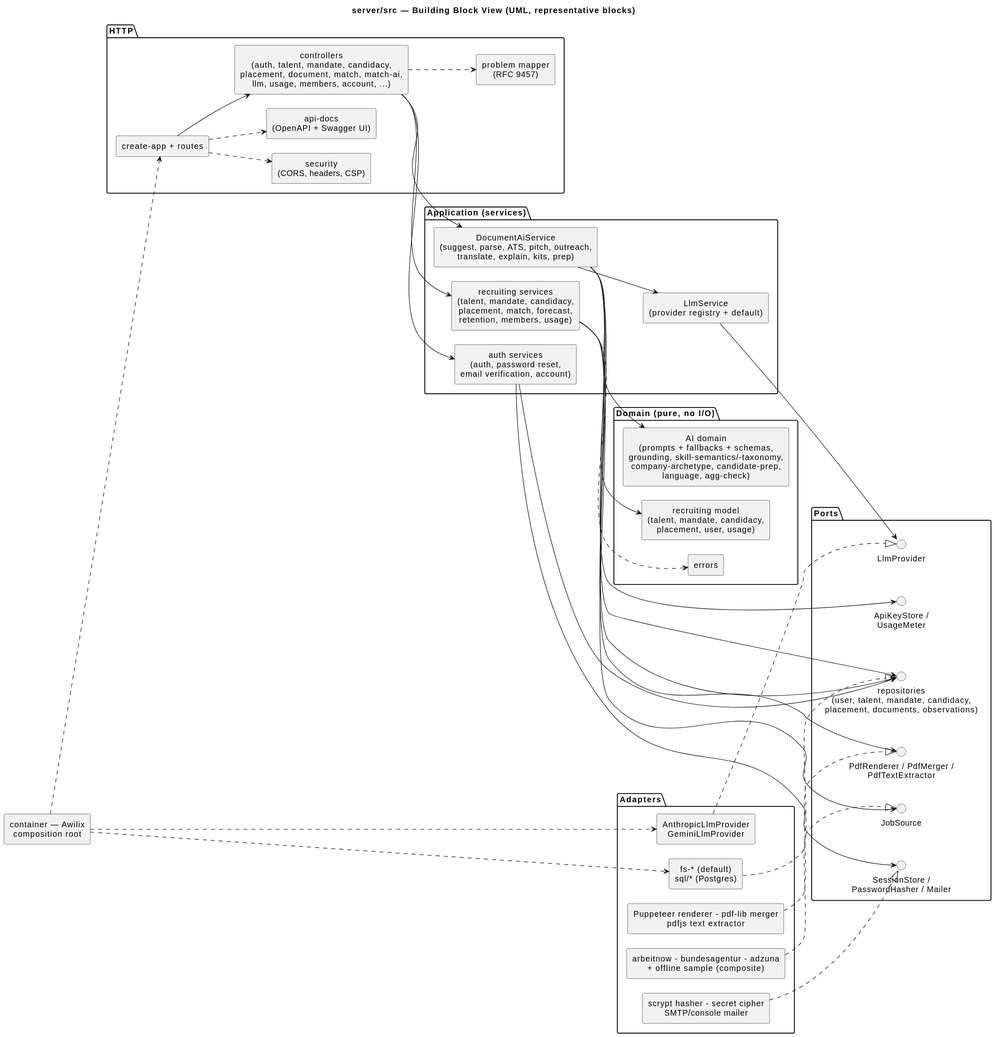
Above: docs/umls/05_building_blocks.svg in NexusHero/Resume (PlantUML), before the change. Its source is kept beside it as docs/umls/05_building_blocks.puml.
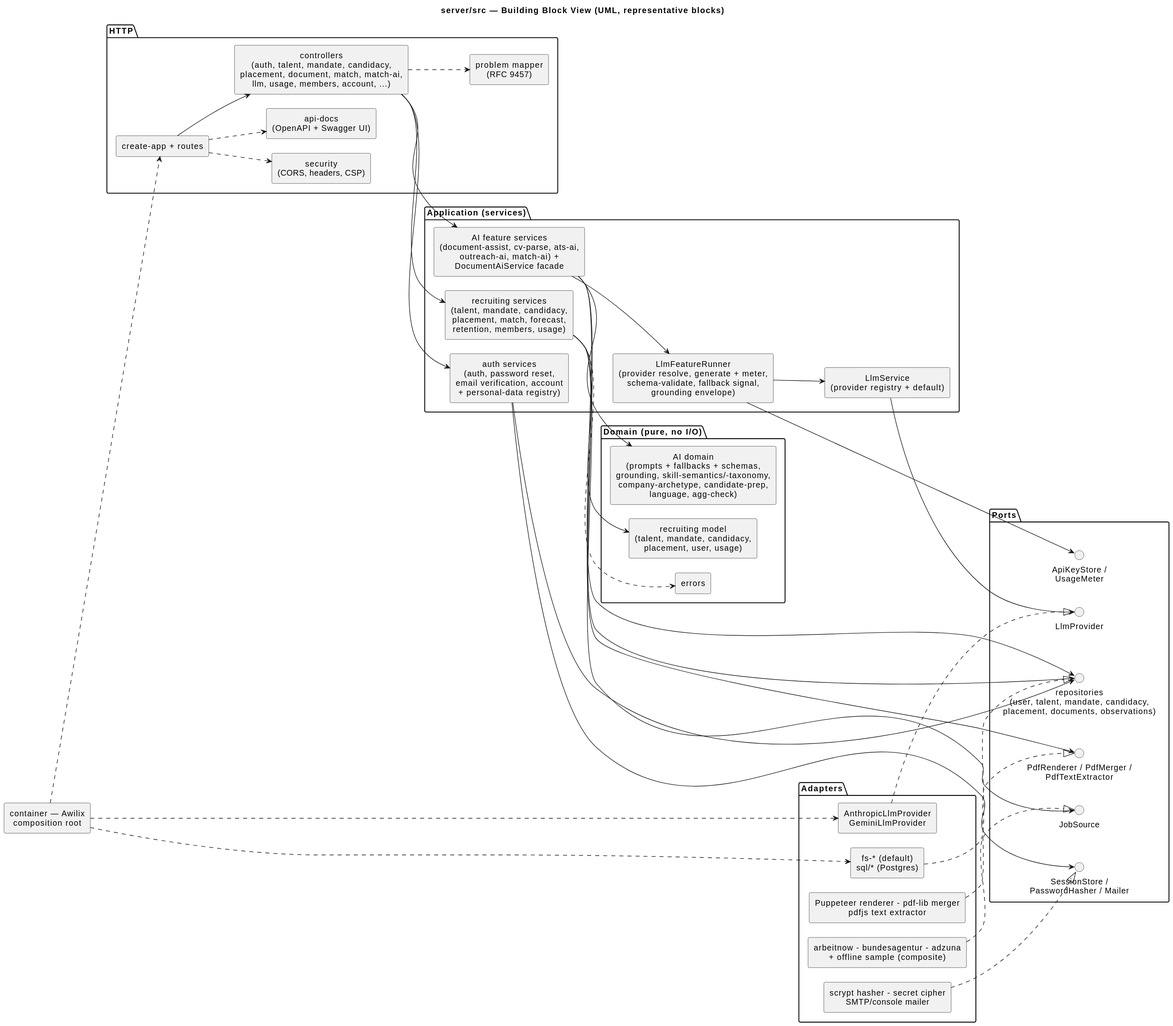
The same file after the commit.

Commit message:
docs(uml): update building blocks for runner split + add 5 sequence diagrams

What changed in the source:
```diff
@@ -17,9 +17,10 @@
 }
 
 package "Application (services)" {
-  [DocumentAiService\n(suggest, parse, ATS, pitch, outreach,\ntranslate, explain, kits, prep)] as AiSvc
+  [LlmFeatureRunner\n(provider resolve, generate + meter,\nschema-validate, fallback signal,\ngrounding envelope)] as Runner
+  [AI feature services\n(document-assist, cv-parse, ats-ai,\noutreach-ai, match-ai) +\nDocumentAiService facade] as AiSvc
   [recruiting services\n(talent, mandate, candidacy,\nplacement, match, forecast,\nretention, members, usage)] as RecSvc
-  [auth services\n(auth, password reset,\nemail verification, account)] as AuthSvc
+  [auth services\n(auth, password reset,\nemail verification, account\n+ personal-data registry)] as AuthSvc
   [LlmService\n(provider registry + default)] as LlmSvc
 }
 
@@ -55,9 +56,10 @@
 Ctrl --> AiSvc
 Ctrl --> RecSvc
 Ctrl --> AuthSvc
-AiSvc --> LlmSvc
+AiSvc --> Runner
+Runner --> LlmSvc
+Runner --> Keys
 AiSvc --> AiDomain
-AiSvc --> Keys
 RecSvc --> Model
 AuthSvc --> AuthPorts
 AiSvc --> Repos
```
